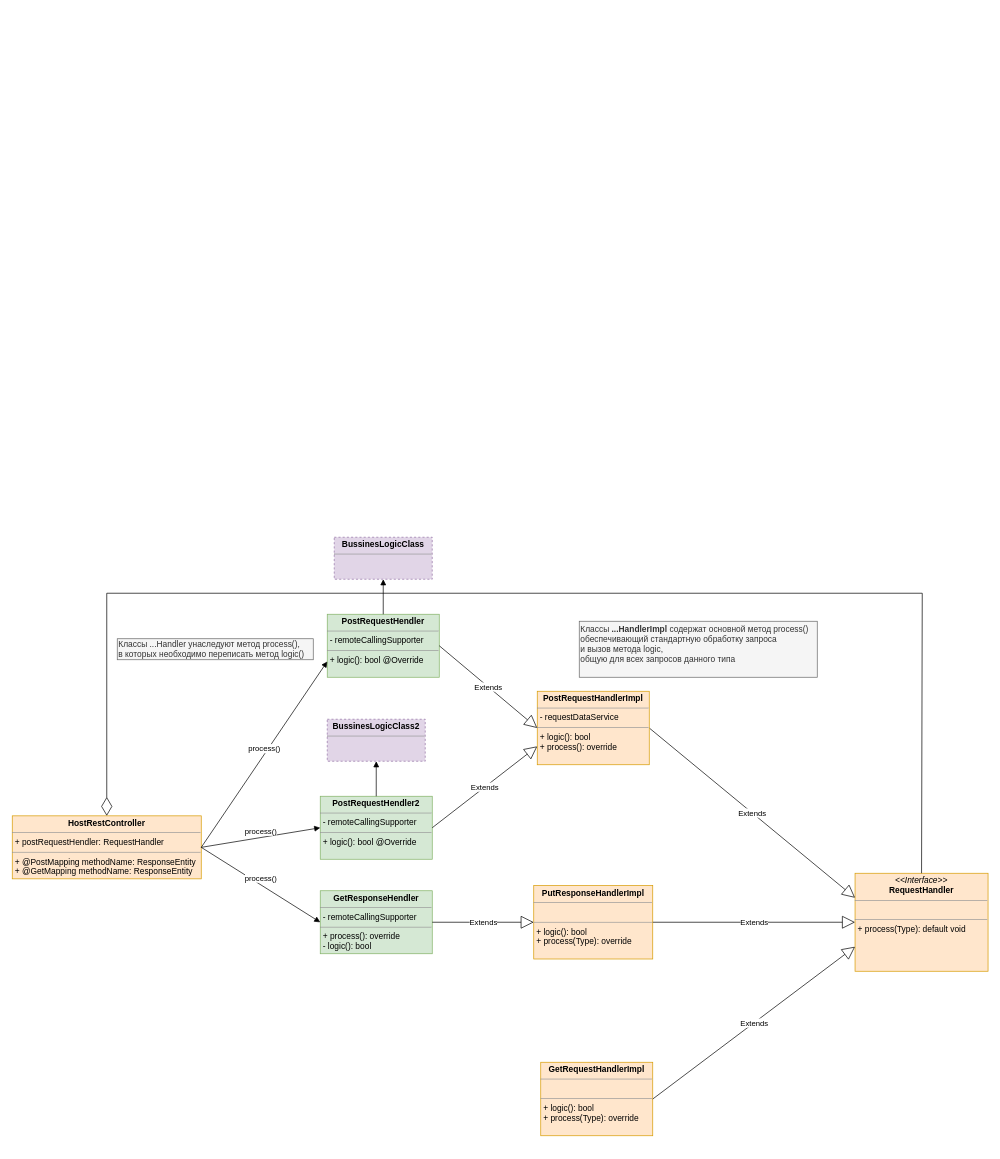
This is adaptertemplate/Untitled Diagram.drawio from Jurixx777/schema, a draw.io file, before an edit. Source tidied: cells renumbered, new cells numbered last; positions are measured from the earlier drawing's top-left corner, leaving out a move shared by most shapes. Both pictures are drawn from the tidied source at 70%, with x=0, y=0 at pixel (12, 537).
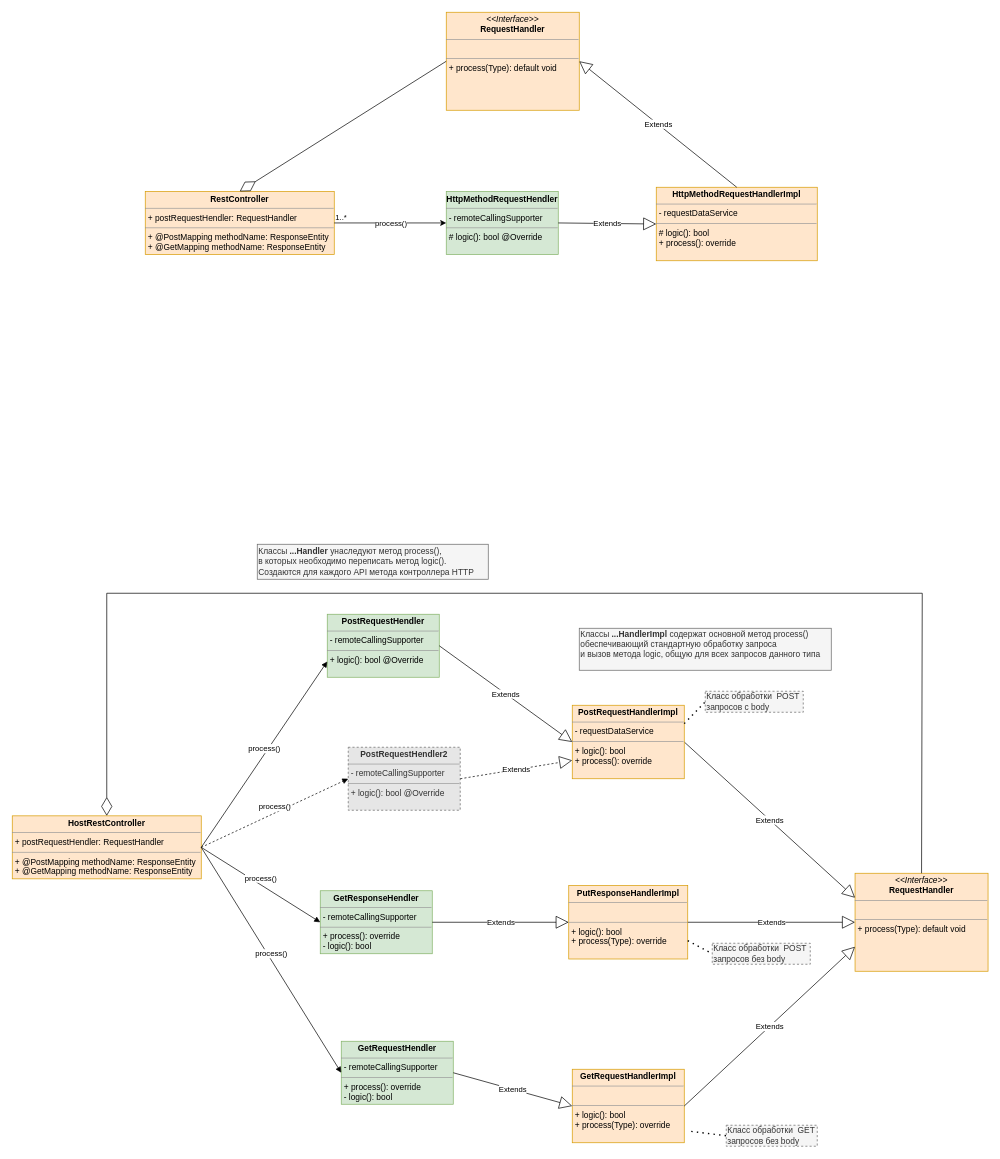
The same page after the edit.

The change refers to these unchanged cells:
```xml
<mxCell id="7" value="&lt;p style=&quot;margin: 0px ; margin-top: 4px ; text-align: center&quot;&gt;&lt;b&gt;PostRequestHendler&lt;/b&gt;&lt;/p&gt;&lt;hr size=&quot;1&quot;&gt;&lt;p style=&quot;margin: 0px ; margin-left: 4px&quot;&gt;- remoteCallingSupporter&lt;br&gt;&lt;/p&gt;&lt;hr size=&quot;1&quot;&gt;&lt;p style=&quot;margin: 0px ; margin-left: 4px&quot;&gt;&lt;span&gt;+ logic(): bool @Override&lt;/span&gt;&lt;br&gt;&lt;/p&gt;" style="verticalAlign=top;align=left;overflow=fill;fontSize=12;fontFamily=Helvetica;html=1;fillColor=#d5e8d4;strokeColor=#82b366;" parent="1" vertex="1">
  <mxGeometry x="450" y="110" width="160" height="90" as="geometry" />
</mxCell>
<mxCell id="11" value="&lt;p style=&quot;margin: 0px ; margin-top: 4px ; text-align: center&quot;&gt;&lt;b&gt;HostRestController&lt;/b&gt;&lt;/p&gt;&lt;hr size=&quot;1&quot;&gt;&lt;p style=&quot;margin: 0px ; margin-left: 4px&quot;&gt;+ postRequestHendler: RequestHandler&lt;/p&gt;&lt;hr size=&quot;1&quot;&gt;&lt;p style=&quot;margin: 0px ; margin-left: 4px&quot;&gt;+ @PostMapping methodName: ResponseEntity&lt;br&gt;&lt;/p&gt;&lt;p style=&quot;margin: 0px ; margin-left: 4px&quot;&gt;+ @GetMapping methodName: ResponseEntity&lt;br&gt;&lt;/p&gt;" style="verticalAlign=top;align=left;overflow=fill;fontSize=12;fontFamily=Helvetica;html=1;fillColor=#ffe6cc;strokeColor=#d79b00;" parent="1" vertex="1">
  <mxGeometry y="398" width="270" height="90" as="geometry" />
</mxCell>
```

What changed in the source:
```diff
@@
     <mxCell id="4" value="&lt;p style=&quot;margin: 0px ; margin-top: 4px ; text-align: center&quot;&gt;&lt;b&gt;PostRequestHandlerImpl&lt;/b&gt;&lt;/p&gt;&lt;hr size=&quot;1&quot;&gt;&lt;p style=&quot;margin: 0px ; margin-left: 4px&quot;&gt;- requestDataService&lt;br&gt;&lt;/p&gt;&lt;hr size=&quot;1&quot;&gt;&lt;p style=&quot;margin: 0px ; margin-left: 4px&quot;&gt;+ logic(): bool&lt;/p&gt;&lt;p style=&quot;margin: 0px ; margin-left: 4px&quot;&gt;+ process(): override&lt;br&gt;&lt;/p&gt;&lt;p style=&quot;margin: 0px ; margin-left: 4px&quot;&gt;&lt;br&gt;&lt;/p&gt;" style="verticalAlign=top;align=left;overflow=fill;fontSize=12;fontFamily=Helvetica;html=1;fillColor=#ffe6cc;strokeColor=#d79b00;" parent="1" vertex="1">
-      <mxGeometry x="750" y="220" width="160" height="105" as="geometry" />
+      <mxGeometry x="800" y="240" width="160" height="105" as="geometry" />
     </mxCell>
     <mxCell id="5" value="&lt;p style=&quot;margin: 0px ; margin-top: 4px ; text-align: center&quot;&gt;&lt;b&gt;PutResponseHandlerImpl&lt;/b&gt;&lt;/p&gt;&lt;hr size=&quot;1&quot;&gt;&lt;p style=&quot;margin: 0px ; margin-left: 4px&quot;&gt;&lt;br&gt;&lt;/p&gt;&lt;hr size=&quot;1&quot;&gt;&lt;p style=&quot;margin: 0px ; margin-left: 4px&quot;&gt;+ logic(): bool&lt;/p&gt;&lt;p style=&quot;margin: 0px ; margin-left: 4px&quot;&gt;+ process(Type): override&lt;br&gt;&lt;/p&gt;&lt;p style=&quot;margin: 0px ; margin-left: 4px&quot;&gt;&lt;br&gt;&lt;/p&gt;" style="verticalAlign=top;align=left;overflow=fill;fontSize=12;fontFamily=Helvetica;html=1;fillColor=#ffe6cc;strokeColor=#d79b00;" parent="1" vertex="1">
-      <mxGeometry x="745" y="497.5" width="170" height="105" as="geometry" />
+      <mxGeometry x="795" y="497.5" width="170" height="105" as="geometry" />
     </mxCell>
@@
     <mxCell id="8" value="&lt;p style=&quot;margin: 0px ; margin-top: 4px ; text-align: center&quot;&gt;&lt;b&gt;GetRequestHandlerImpl&lt;/b&gt;&lt;/p&gt;&lt;hr size=&quot;1&quot;&gt;&lt;p style=&quot;margin: 0px ; margin-left: 4px&quot;&gt;&lt;br&gt;&lt;/p&gt;&lt;hr size=&quot;1&quot;&gt;&lt;p style=&quot;margin: 0px ; margin-left: 4px&quot;&gt;+ logic(): bool&lt;/p&gt;&lt;p style=&quot;margin: 0px ; margin-left: 4px&quot;&gt;+ process(Type): override&lt;br&gt;&lt;/p&gt;&lt;p style=&quot;margin: 0px ; margin-left: 4px&quot;&gt;&lt;br&gt;&lt;/p&gt;" style="verticalAlign=top;align=left;overflow=fill;fontSize=12;fontFamily=Helvetica;html=1;fillColor=#ffe6cc;strokeColor=#d79b00;" parent="1" vertex="1">
-      <mxGeometry x="755" y="750" width="160" height="105" as="geometry" />
+      <mxGeometry x="800" y="760" width="160" height="105" as="geometry" />
     </mxCell>
@@
-    <mxCell id="17" value="&lt;p style=&quot;margin: 0px ; margin-top: 4px ; text-align: center&quot;&gt;&lt;b&gt;PostRequestHendler2&lt;/b&gt;&lt;/p&gt;&lt;hr size=&quot;1&quot;&gt;&lt;p style=&quot;margin: 0px ; margin-left: 4px&quot;&gt;- remoteCallingSupporter&lt;br&gt;&lt;/p&gt;&lt;hr size=&quot;1&quot;&gt;&lt;p style=&quot;margin: 0px ; margin-left: 4px&quot;&gt;&lt;span&gt;+ logic(): bool @Override&lt;/span&gt;&lt;br&gt;&lt;/p&gt;" style="verticalAlign=top;align=left;overflow=fill;fontSize=12;fontFamily=Helvetica;html=1;fillColor=#d5e8d4;strokeColor=#82b366;" parent="1" vertex="1">
-      <mxGeometry x="440" y="370" width="160" height="90" as="geometry" />
+    <mxCell id="17" value="&lt;p style=&quot;margin: 0px ; margin-top: 4px ; text-align: center&quot;&gt;&lt;b&gt;PostRequestHendler2&lt;/b&gt;&lt;/p&gt;&lt;hr size=&quot;1&quot;&gt;&lt;p style=&quot;margin: 0px ; margin-left: 4px&quot;&gt;- remoteCallingSupporter&lt;br&gt;&lt;/p&gt;&lt;hr size=&quot;1&quot;&gt;&lt;p style=&quot;margin: 0px ; margin-left: 4px&quot;&gt;&lt;span&gt;+ logic(): bool @Override&lt;/span&gt;&lt;br&gt;&lt;/p&gt;" style="verticalAlign=top;align=left;overflow=fill;fontSize=12;fontFamily=Helvetica;html=1;fillColor=#E6E6E6;strokeColor=#666666;dashed=1;fontColor=#333333;" parent="1" vertex="1">
+      <mxGeometry x="480" y="300" width="160" height="90" as="geometry" />
     </mxCell>
-    <mxCell id="18" value="Extends" style="endArrow=block;endSize=16;endFill=0;html=1;rounded=0;entryX=0;entryY=0.75;entryDx=0;entryDy=0;exitX=1;exitY=0.5;exitDx=0;exitDy=0;" parent="1" edge="1" source="17" target="4">
+    <mxCell id="18" value="Extends" style="endArrow=block;endSize=16;endFill=0;html=1;rounded=0;entryX=0;entryY=0.75;entryDx=0;entryDy=0;exitX=1;exitY=0.5;exitDx=0;exitDy=0;dashed=1;" parent="1" edge="1" source="17" target="4">
       <mxGeometry relative="1" as="geometry" />
     </mxCell>
-    <mxCell id="19" value="process()" style="html=1;verticalAlign=bottom;endArrow=block;rounded=0;entryX=0;entryY=0.5;entryDx=0;entryDy=0;exitX=1;exitY=0.5;exitDx=0;exitDy=0;" parent="1" edge="1" source="11" target="17">
+    <mxCell id="19" value="process()" style="html=1;verticalAlign=bottom;endArrow=block;rounded=0;entryX=0;entryY=0.5;entryDx=0;entryDy=0;exitX=1;exitY=0.5;exitDx=0;exitDy=0;dashed=1;" parent="1" edge="1" source="11" target="17">
       <mxGeometry relative="1" as="geometry" />
     </mxCell>
-    <mxCell id="20" value="&lt;p style=&quot;margin: 0px ; margin-top: 4px ; text-align: center&quot;&gt;&lt;b&gt;BussinesLogicClass&lt;/b&gt;&lt;/p&gt;&lt;hr size=&quot;1&quot;&gt;&lt;div style=&quot;height: 2px&quot;&gt;&lt;br&gt;&lt;/div&gt;" style="verticalAlign=top;align=left;overflow=fill;fontSize=12;fontFamily=Helvetica;html=1;dashed=1;fillColor=#e1d5e7;strokeColor=#9673a6;" parent="1" vertex="1">
-      <mxGeometry x="460" width="140" height="60" as="geometry" />
-    </mxCell>
-    <mxCell id="21" value="&lt;p style=&quot;margin: 0px ; margin-top: 4px ; text-align: center&quot;&gt;&lt;b&gt;BussinesLogicClass2&lt;/b&gt;&lt;/p&gt;&lt;hr size=&quot;1&quot;&gt;&lt;div style=&quot;height: 2px&quot;&gt;&lt;/div&gt;" style="verticalAlign=top;align=left;overflow=fill;fontSize=12;fontFamily=Helvetica;html=1;dashed=1;fillColor=#e1d5e7;strokeColor=#9673a6;" parent="1" vertex="1">
-      <mxGeometry x="450" y="260" width="140" height="60" as="geometry" />
-    </mxCell>
-    <mxCell id="22" style="html=1;verticalAlign=bottom;endArrow=block;rounded=0;entryX=0.5;entryY=1;entryDx=0;entryDy=0;exitX=0.5;exitY=0;exitDx=0;exitDy=0;" parent="1" edge="1" source="7" target="20">
-      <mxGeometry relative="1" as="geometry" />
-    </mxCell>
-    <mxCell id="23" style="html=1;verticalAlign=bottom;endArrow=block;rounded=0;exitX=0.5;exitY=0;exitDx=0;exitDy=0;" parent="1" edge="1" source="17">
-      <mxGeometry relative="1" as="geometry">
-        <mxPoint x="520" y="320" as="targetPoint" />
-      </mxGeometry>
-    </mxCell>
-    <mxCell id="24" value="Классы &lt;b&gt;...HandlerImpl&lt;/b&gt; содержат основной метод process()&amp;nbsp;&lt;br style=&quot;padding: 0px ; margin: 0px&quot;&gt;обеспечивающий&amp;nbsp;стандартную обработку запроса&lt;br&gt;и вызов метода logic,&lt;br style=&quot;padding: 0px ; margin: 0px&quot;&gt;общую для всех запросов данного типа&lt;br style=&quot;padding: 0px ; margin: 0px&quot;&gt;&amp;nbsp;" style="text;html=1;align=left;verticalAlign=middle;strokeColor=#666666;fillColor=#f5f5f5;fontColor=#333333;" parent="1" vertex="1">
-      <mxGeometry x="810" y="120" width="340" height="80" as="geometry" />
+    <mxCell id="24" value="Классы &lt;b&gt;...HandlerImpl&lt;/b&gt; содержат основной метод process()&amp;nbsp;&lt;br style=&quot;padding: 0px ; margin: 0px&quot;&gt;обеспечивающий&amp;nbsp;стандартную обработку запроса&lt;br&gt;и вызов метода logic,&amp;nbsp;общую для всех запросов данного типа&lt;br style=&quot;padding: 0px ; margin: 0px&quot;&gt;&amp;nbsp;" style="text;html=1;align=left;verticalAlign=middle;strokeColor=#666666;fillColor=#f5f5f5;fontColor=#333333;" parent="1" vertex="1">
+      <mxGeometry x="810" y="130" width="360" height="60" as="geometry" />
     </mxCell>
-    <mxCell id="25" value="Классы ...Handler унаследуют метод process(), &lt;br&gt;в которых необходимо переписать метод logic()&amp;nbsp;" style="text;html=1;align=left;verticalAlign=middle;strokeColor=#666666;fillColor=#f5f5f5;fontColor=#333333;" parent="1" vertex="1">
-      <mxGeometry x="150" y="145" width="280" height="30" as="geometry" />
+    <mxCell id="25" value="Классы &lt;b&gt;...Handler&lt;/b&gt; унаследуют метод process(), &lt;br&gt;в которых необходимо переписать метод logic().&lt;br&gt;Создаются для каждого API метода контроллера HTTP&amp;nbsp;" style="text;html=1;align=left;verticalAlign=middle;strokeColor=#666666;fillColor=#f5f5f5;fontColor=#333333;" parent="1" vertex="1">
+      <mxGeometry x="350" y="10" width="330" height="50" as="geometry" />
     </mxCell>
+    <mxCell id="26" value="Класс обработки&amp;nbsp; POST запросов с body" style="text;html=1;strokeColor=#666666;fillColor=#f5f5f5;align=left;verticalAlign=middle;whiteSpace=wrap;rounded=0;dashed=1;fontColor=#333333;" parent="1" vertex="1">
+      <mxGeometry x="990" y="220" width="140" height="30" as="geometry" />
+    </mxCell>
+    <mxCell id="27" style="endArrow=none;dashed=1;html=1;dashPattern=1 3;strokeWidth=2;rounded=0;entryX=0;entryY=0.5;entryDx=0;entryDy=0;exitX=1;exitY=0.25;exitDx=0;exitDy=0;" parent="1" edge="1" source="4" target="26">
+      <mxGeometry relative="1" as="geometry" />
+    </mxCell>
+    <mxCell id="28" value="Класс обработки&amp;nbsp; POST запросов без body" style="text;html=1;strokeColor=#666666;fillColor=#f5f5f5;align=left;verticalAlign=middle;whiteSpace=wrap;rounded=0;dashed=1;fontColor=#333333;" parent="1" vertex="1">
+      <mxGeometry x="1000" y="580" width="140" height="30" as="geometry" />
+    </mxCell>
+    <mxCell id="29" style="endArrow=none;dashed=1;html=1;dashPattern=1 3;strokeWidth=2;rounded=0;entryX=0;entryY=0.5;entryDx=0;entryDy=0;exitX=1;exitY=0.75;exitDx=0;exitDy=0;" parent="1" edge="1" source="5" target="28">
+      <mxGeometry relative="1" as="geometry" />
+    </mxCell>
+    <mxCell id="30" value="Класс обработки&amp;nbsp; GET запросов без body" style="text;html=1;strokeColor=#666666;fillColor=#f5f5f5;align=left;verticalAlign=middle;whiteSpace=wrap;rounded=0;dashed=1;fontColor=#333333;" parent="1" vertex="1">
+      <mxGeometry x="1020" y="840" width="130" height="30" as="geometry" />
+    </mxCell>
+    <mxCell id="31" style="endArrow=none;dashed=1;html=1;dashPattern=1 3;strokeWidth=2;rounded=0;entryX=0;entryY=0.5;entryDx=0;entryDy=0;exitX=1;exitY=0.75;exitDx=0;exitDy=0;" parent="1" edge="1" target="30">
+      <mxGeometry relative="1" as="geometry">
+        <mxPoint x="970" y="848.8" as="sourcePoint" />
+      </mxGeometry>
+    </mxCell>
+    <mxCell id="32" value="&lt;p style=&quot;margin: 0px ; margin-top: 4px ; text-align: center&quot;&gt;&lt;b&gt;GetRequestHendler&lt;/b&gt;&lt;/p&gt;&lt;hr size=&quot;1&quot;&gt;&lt;p style=&quot;margin: 0px ; margin-left: 4px&quot;&gt;- remoteCallingSupporter&lt;br&gt;&lt;/p&gt;&lt;hr size=&quot;1&quot;&gt;&lt;p style=&quot;margin: 0px ; margin-left: 4px&quot;&gt;+ process(): override&lt;/p&gt;&lt;p style=&quot;margin: 0px ; margin-left: 4px&quot;&gt;- logic(): bool&lt;/p&gt;" style="verticalAlign=top;align=left;overflow=fill;fontSize=12;fontFamily=Helvetica;html=1;fillColor=#d5e8d4;strokeColor=#82b366;" parent="1" vertex="1">
+      <mxGeometry x="470" y="720" width="160" height="90" as="geometry" />
+    </mxCell>
+    <mxCell id="33" value="Extends" style="endArrow=block;endSize=16;endFill=0;html=1;rounded=0;entryX=0;entryY=0.5;entryDx=0;entryDy=0;exitX=1;exitY=0.5;exitDx=0;exitDy=0;" parent="1" edge="1" source="32" target="8">
+      <mxGeometry relative="1" as="geometry" />
+    </mxCell>
+    <mxCell id="34" value="process()" style="html=1;verticalAlign=bottom;endArrow=block;rounded=0;entryX=0;entryY=0.5;entryDx=0;entryDy=0;exitX=1;exitY=0.5;exitDx=0;exitDy=0;" parent="1" edge="1" source="11" target="32">
+      <mxGeometry relative="1" as="geometry" />
+    </mxCell>
+    <mxCell id="35" value="&lt;p style=&quot;margin: 0px ; margin-top: 4px ; text-align: center&quot;&gt;&lt;i&gt;&amp;lt;&amp;lt;Interface&amp;gt;&amp;gt;&lt;/i&gt;&lt;br&gt;&lt;b&gt;RequestHandler&lt;/b&gt;&lt;/p&gt;&lt;hr size=&quot;1&quot;&gt;&lt;p style=&quot;margin: 0px ; margin-left: 4px&quot;&gt;&lt;br&gt;&lt;/p&gt;&lt;hr size=&quot;1&quot;&gt;&lt;p style=&quot;margin: 0px ; margin-left: 4px&quot;&gt;+ process(Type): default void&lt;br&gt;&lt;/p&gt;" style="verticalAlign=top;align=left;overflow=fill;fontSize=12;fontFamily=Helvetica;html=1;fillColor=#ffe6cc;strokeColor=#d79b00;" parent="1" vertex="1">
+      <mxGeometry x="620" y="-750" width="190" height="140" as="geometry" />
+    </mxCell>
+    <mxCell id="36" value="&lt;p style=&quot;margin: 0px ; margin-top: 4px ; text-align: center&quot;&gt;&lt;b&gt;HttpMethodRequestHandlerImpl&lt;/b&gt;&lt;/p&gt;&lt;hr size=&quot;1&quot;&gt;&lt;p style=&quot;margin: 0px ; margin-left: 4px&quot;&gt;- requestDataService&lt;br&gt;&lt;/p&gt;&lt;hr size=&quot;1&quot;&gt;&lt;p style=&quot;margin: 0px ; margin-left: 4px&quot;&gt;# logic(): bool&lt;/p&gt;&lt;p style=&quot;margin: 0px ; margin-left: 4px&quot;&gt;+ process(): override&lt;br&gt;&lt;/p&gt;&lt;p style=&quot;margin: 0px ; margin-left: 4px&quot;&gt;&lt;br&gt;&lt;/p&gt;" style="verticalAlign=top;align=left;overflow=fill;fontSize=12;fontFamily=Helvetica;html=1;fillColor=#ffe6cc;strokeColor=#d79b00;" parent="1" vertex="1">
+      <mxGeometry x="920" y="-500" width="230" height="105" as="geometry" />
+    </mxCell>
+    <mxCell id="37" value="&lt;p style=&quot;margin: 0px ; margin-top: 4px ; text-align: center&quot;&gt;&lt;b&gt;HttpMethodRequestHendler&lt;/b&gt;&lt;/p&gt;&lt;hr size=&quot;1&quot;&gt;&lt;p style=&quot;margin: 0px ; margin-left: 4px&quot;&gt;- remoteCallingSupporter&lt;br&gt;&lt;/p&gt;&lt;hr size=&quot;1&quot;&gt;&lt;p style=&quot;margin: 0px ; margin-left: 4px&quot;&gt;&lt;span&gt;# logic(): bool @Override&lt;/span&gt;&lt;br&gt;&lt;/p&gt;" style="verticalAlign=top;align=left;overflow=fill;fontSize=12;fontFamily=Helvetica;html=1;fillColor=#d5e8d4;strokeColor=#82b366;" parent="1" vertex="1">
+      <mxGeometry x="620" y="-494" width="160" height="90" as="geometry" />
+    </mxCell>
+    <mxCell id="38" value="&lt;p style=&quot;margin: 0px ; margin-top: 4px ; text-align: center&quot;&gt;&lt;b&gt;RestController&lt;/b&gt;&lt;/p&gt;&lt;hr size=&quot;1&quot;&gt;&lt;p style=&quot;margin: 0px ; margin-left: 4px&quot;&gt;+ postRequestHendler: RequestHandler&lt;/p&gt;&lt;hr size=&quot;1&quot;&gt;&lt;p style=&quot;margin: 0px ; margin-left: 4px&quot;&gt;+ @PostMapping methodName: ResponseEntity&lt;br&gt;&lt;/p&gt;&lt;p style=&quot;margin: 0px ; margin-left: 4px&quot;&gt;+ @GetMapping methodName: ResponseEntity&lt;br&gt;&lt;/p&gt;" style="verticalAlign=top;align=left;overflow=fill;fontSize=12;fontFamily=Helvetica;html=1;fillColor=#ffe6cc;strokeColor=#d79b00;" parent="1" vertex="1">
+      <mxGeometry x="190" y="-494" width="270" height="90" as="geometry" />
+    </mxCell>
+    <mxCell id="39" value="Extends" style="endArrow=block;endSize=16;endFill=0;html=1;rounded=0;exitX=0.5;exitY=0;exitDx=0;exitDy=0;entryX=1;entryY=0.5;entryDx=0;entryDy=0;" parent="1" edge="1" source="36" target="35">
+      <mxGeometry relative="1" as="geometry" />
+    </mxCell>
+    <mxCell id="40" value="Extends" style="endArrow=block;endSize=16;endFill=0;html=1;rounded=0;entryX=0;entryY=0.5;entryDx=0;entryDy=0;exitX=1;exitY=0.5;exitDx=0;exitDy=0;" parent="1" edge="1" source="37" target="36">
+      <mxGeometry relative="1" as="geometry" />
+    </mxCell>
+    <mxCell id="41" style="endArrow=diamondThin;endFill=0;endSize=24;html=1;rounded=0;entryX=0.5;entryY=0;entryDx=0;entryDy=0;exitX=0;exitY=0.5;exitDx=0;exitDy=0;" parent="1" edge="1" source="35" target="38">
+      <mxGeometry relative="1" as="geometry" />
+    </mxCell>
+    <mxCell id="42" style="endArrow=classic;html=1;rounded=0;entryX=0;entryY=0.5;entryDx=0;entryDy=0;exitX=1;exitY=0.5;exitDx=0;exitDy=0;" parent="1" edge="1" source="38" target="37">
+      <mxGeometry relative="1" as="geometry" />
+    </mxCell>
+    <mxCell id="43" value="process()" style="edgeLabel;html=1;align=center;verticalAlign=middle;dashed=1;fillColor=#E6E6E6;gradientColor=none;" parent="42" vertex="1">
+      <mxGeometry relative="1" as="geometry" />
+    </mxCell>
+    <mxCell id="44" value="1..*" style="edgeLabel;html=1;align=left;verticalAlign=bottom;dashed=1;fillColor=#E6E6E6;gradientColor=none;" parent="42" vertex="1">
+      <mxGeometry x="-1" relative="1" as="geometry" />
+    </mxCell>
+    <mxCell id="45" style="edgeLabel;html=1;align=right;verticalAlign=bottom;dashed=1;fillColor=#E6E6E6;gradientColor=none;" parent="42" vertex="1">
+      <mxGeometry x="1" relative="1" as="geometry" />
+    </mxCell>
```
